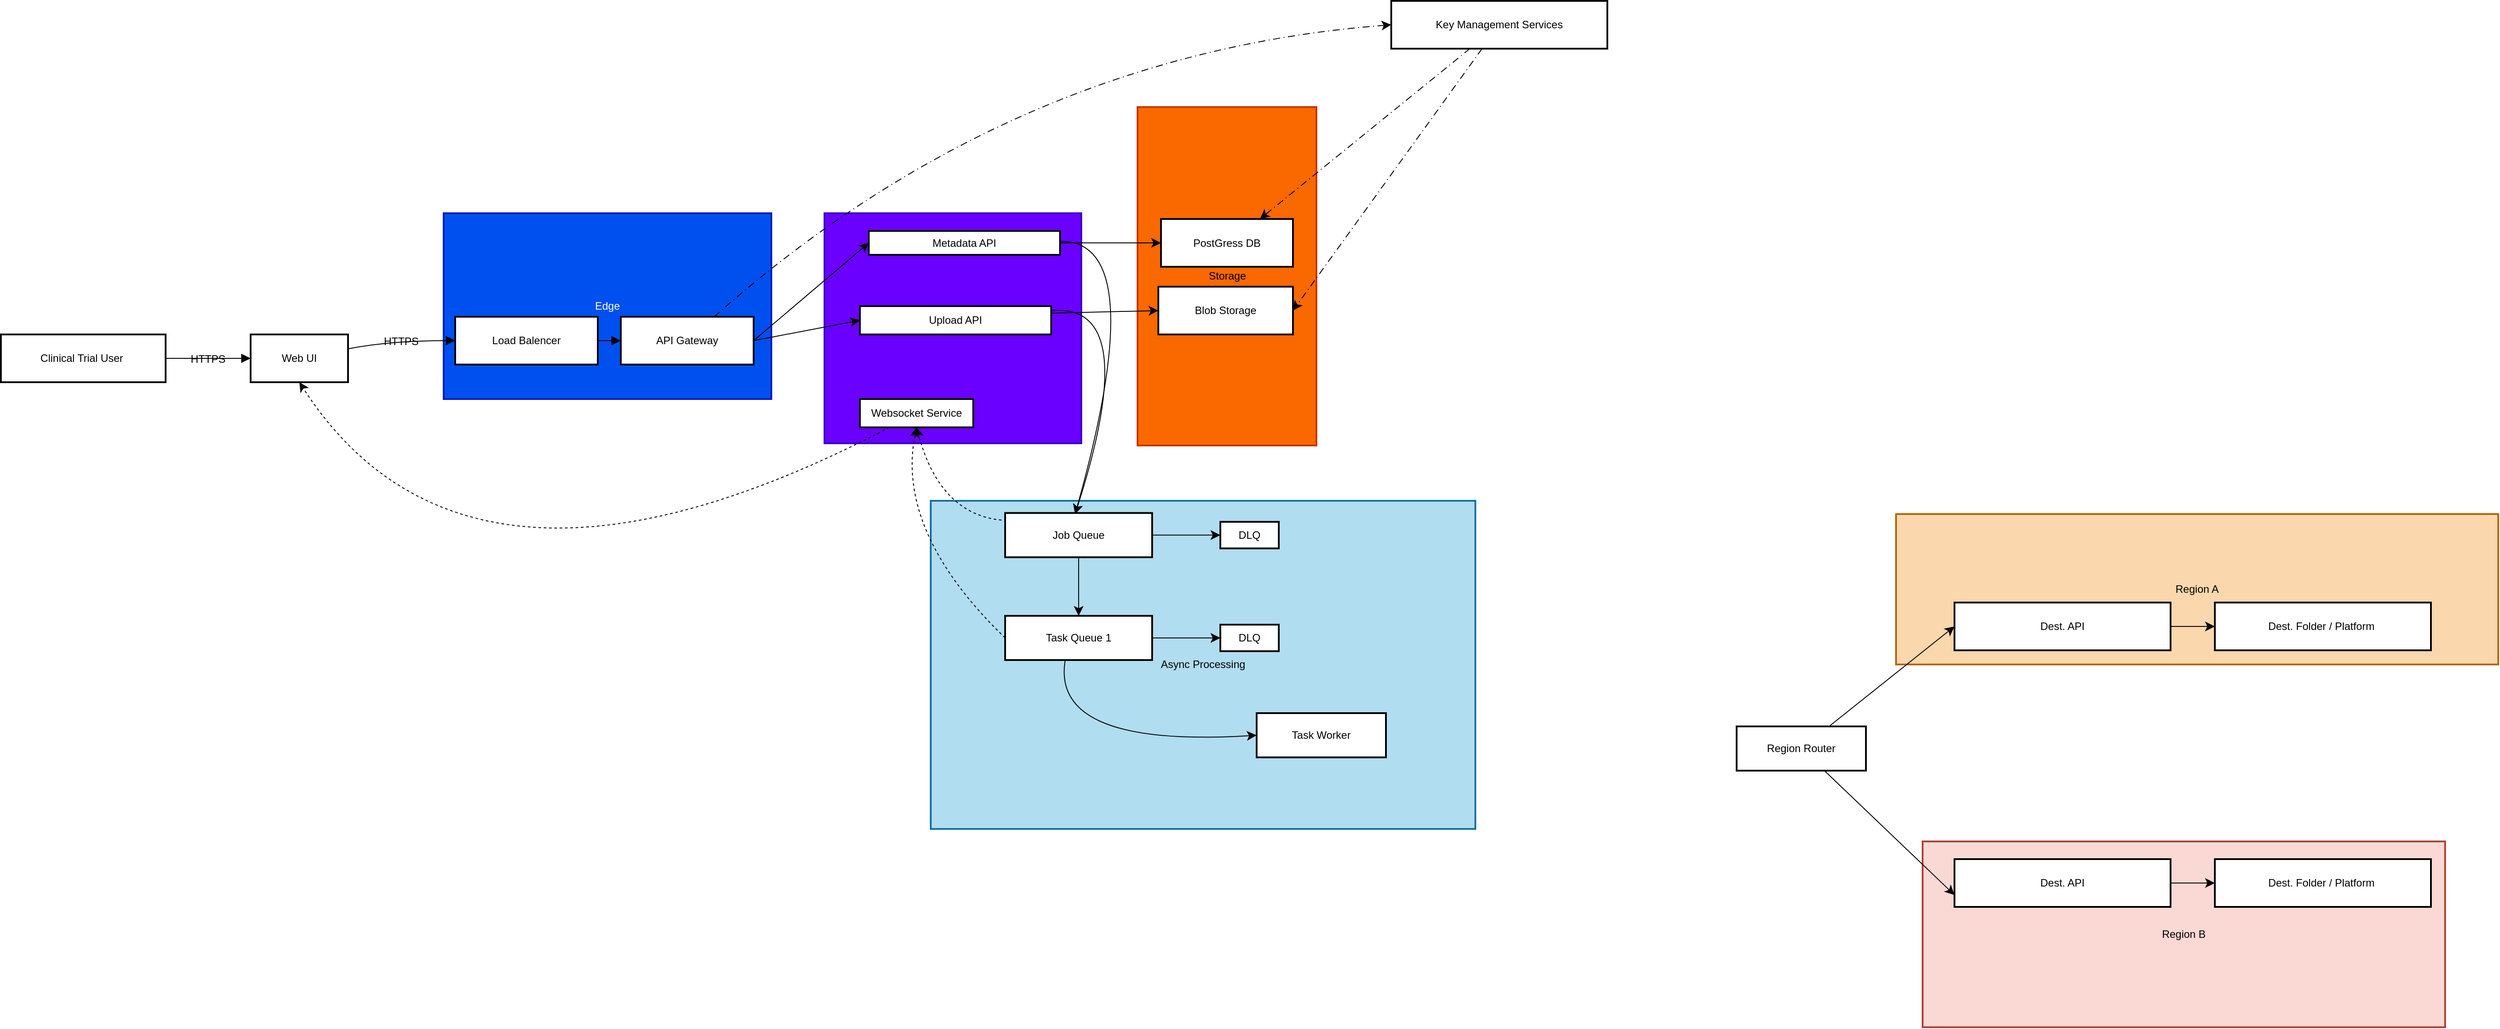
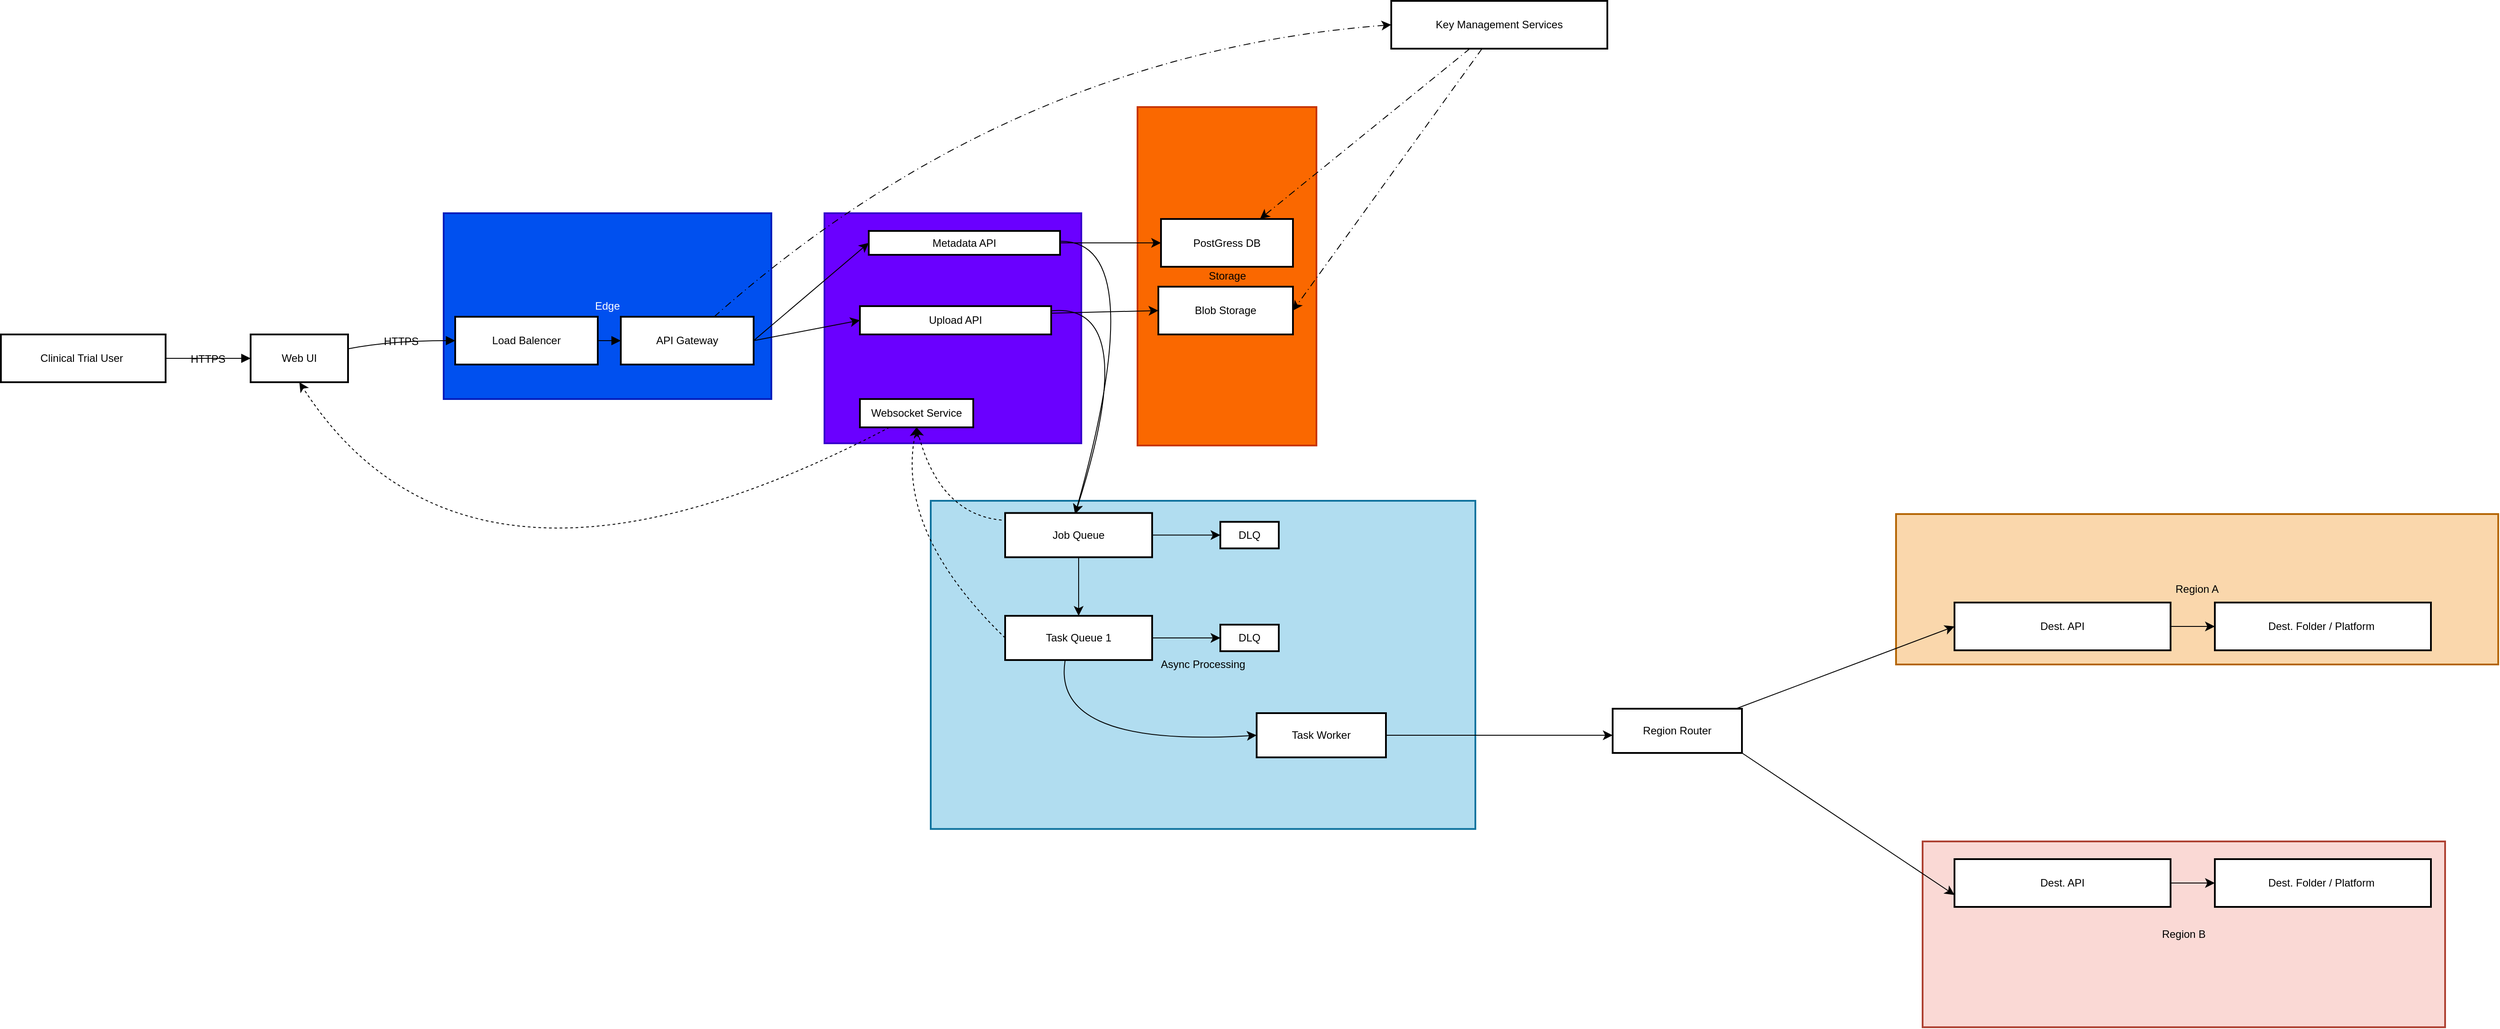
<mxfile host="app.diagrams.net">
  <diagram name="Overall-Diagram" id="Xauzskn0iYLa3f8TggF1">
    <mxGraphModel dx="1900" dy="2161" grid="1" gridSize="10" guides="1" tooltips="1" connect="1" arrows="1" fold="1" page="1" pageScale="1" pageWidth="850" pageHeight="1100" background="none" math="0" shadow="0">
      <root>
        <mxCell id="0" />
        <mxCell id="1" parent="0" />
        <mxCell id="tPvMw2njpGqdJi2HAjV1-28" parent="1" style="whiteSpace=wrap;strokeWidth=2;rounded=0;labelBackgroundColor=none;fillColor=#fad9d5;strokeColor=#ae4132;" value="Region B" vertex="1">
          <mxGeometry height="210" width="590" x="2270" y="750" as="geometry" />
        </mxCell>
        <mxCell id="tPvMw2njpGqdJi2HAjV1-27" parent="1" style="whiteSpace=wrap;strokeWidth=2;rounded=0;labelBackgroundColor=none;fillColor=#fad7ac;strokeColor=#b46504;" value="Region A" vertex="1">
          <mxGeometry height="170" width="680" x="2240" y="380" as="geometry" />
        </mxCell>
        <mxCell id="LGeiLnGPZ_kJypGg9XhN-2" parent="1" style="whiteSpace=wrap;strokeWidth=2;rounded=0;labelBackgroundColor=none;fillColor=#b1ddf0;strokeColor=#10739e;aspect=fixed;" value="Async Processing" vertex="1">
          <mxGeometry height="370.92" width="614.97" x="1150" y="365" as="geometry" />
        </mxCell>
        <mxCell id="LGeiLnGPZ_kJypGg9XhN-4" parent="1" style="whiteSpace=wrap;strokeWidth=2;rounded=0;labelBackgroundColor=none;fillColor=#6a00ff;fontColor=#ffffff;strokeColor=#3700CC;" value="API Services" vertex="1">
          <mxGeometry height="260" width="290" x="1030" y="40" as="geometry" />
        </mxCell>
        <mxCell id="LGeiLnGPZ_kJypGg9XhN-3" parent="1" style="whiteSpace=wrap;strokeWidth=2;rounded=0;labelBackgroundColor=none;fillColor=#fa6800;fontColor=#000000;strokeColor=#C73500;" value="Storage" vertex="1">
          <mxGeometry height="382.5" width="202" x="1383.5" y="-80" as="geometry" />
        </mxCell>
        <mxCell id="LGeiLnGPZ_kJypGg9XhN-5" parent="1" style="whiteSpace=wrap;strokeWidth=2;rounded=0;labelBackgroundColor=none;fillColor=#0050ef;fontColor=#ffffff;strokeColor=#001DBC;" value="Edge" vertex="1">
          <mxGeometry height="210" width="370" x="600" y="40" as="geometry" />
        </mxCell>
        <mxCell id="LGeiLnGPZ_kJypGg9XhN-6" parent="1" style="whiteSpace=wrap;strokeWidth=2;rounded=0;labelBackgroundColor=none;" value="Clinical Trial User " vertex="1">
          <mxGeometry height="54" width="186" x="100" y="177" as="geometry" />
        </mxCell>
        <mxCell id="LGeiLnGPZ_kJypGg9XhN-7" parent="1" style="whiteSpace=wrap;strokeWidth=2;rounded=0;labelBackgroundColor=none;" value="Web UI" vertex="1">
          <mxGeometry height="54" width="110" x="382" y="177" as="geometry" />
        </mxCell>
        <mxCell id="LGeiLnGPZ_kJypGg9XhN-8" parent="1" style="whiteSpace=wrap;strokeWidth=2;rounded=0;labelBackgroundColor=none;" value="Load Balencer" vertex="1">
          <mxGeometry height="54" width="161" x="613" y="157" as="geometry" />
        </mxCell>
        <mxCell id="ijDLy2rUQYNMrnhEq9o_-15" edge="1" parent="1" source="LGeiLnGPZ_kJypGg9XhN-9" style="edgeStyle=none;curved=1;rounded=0;orthogonalLoop=1;jettySize=auto;html=1;fontSize=12;startSize=8;endSize=8;entryX=0;entryY=0.5;entryDx=0;entryDy=0;labelBackgroundColor=none;fontColor=default;exitX=1;exitY=0.5;exitDx=0;exitDy=0;" target="LGeiLnGPZ_kJypGg9XhN-10">
          <mxGeometry relative="1" as="geometry">
            <mxPoint x="1059.9999999999998" y="229.99999999999977" as="targetPoint" />
          </mxGeometry>
        </mxCell>
        <mxCell id="ijDLy2rUQYNMrnhEq9o_-17" edge="1" parent="1" source="LGeiLnGPZ_kJypGg9XhN-9" style="edgeStyle=none;curved=1;rounded=0;orthogonalLoop=1;jettySize=auto;html=1;entryX=0;entryY=0.5;entryDx=0;entryDy=0;fontSize=12;startSize=8;endSize=8;exitX=1;exitY=0.5;exitDx=0;exitDy=0;" target="LGeiLnGPZ_kJypGg9XhN-11">
          <mxGeometry relative="1" as="geometry">
            <mxPoint x="960" y="190" as="sourcePoint" />
          </mxGeometry>
        </mxCell>
        <mxCell id="tPvMw2njpGqdJi2HAjV1-17" edge="1" parent="1" source="LGeiLnGPZ_kJypGg9XhN-9" style="edgeStyle=none;curved=1;rounded=0;orthogonalLoop=1;jettySize=auto;html=1;entryX=0;entryY=0.5;entryDx=0;entryDy=0;fontSize=12;startSize=8;endSize=8;dashed=1;dashPattern=8 4 1 4;" target="LGeiLnGPZ_kJypGg9XhN-20">
          <mxGeometry relative="1" as="geometry">
            <Array as="points">
              <mxPoint x="1240" y="-140" />
            </Array>
          </mxGeometry>
        </mxCell>
        <mxCell id="LGeiLnGPZ_kJypGg9XhN-9" parent="1" style="whiteSpace=wrap;strokeWidth=2;rounded=0;labelBackgroundColor=none;" value="API Gateway" vertex="1">
          <mxGeometry height="54" width="150" x="800" y="157" as="geometry" />
        </mxCell>
        <mxCell id="ijDLy2rUQYNMrnhEq9o_-19" edge="1" parent="1" source="LGeiLnGPZ_kJypGg9XhN-10" style="edgeStyle=none;curved=1;rounded=0;orthogonalLoop=1;jettySize=auto;html=1;entryX=0;entryY=0.5;entryDx=0;entryDy=0;fontSize=12;startSize=8;endSize=8;exitX=1;exitY=0.5;exitDx=0;exitDy=0;" target="LGeiLnGPZ_kJypGg9XhN-12">
          <mxGeometry relative="1" as="geometry" />
        </mxCell>
        <mxCell id="ZxT0anLmeUN1lRlBXtKW-1" edge="1" parent="1" source="LGeiLnGPZ_kJypGg9XhN-10" style="edgeStyle=none;curved=1;rounded=0;orthogonalLoop=1;jettySize=auto;html=1;entryX=0.5;entryY=0;entryDx=0;entryDy=0;fontSize=12;startSize=8;endSize=8;">
          <mxGeometry relative="1" as="geometry">
            <Array as="points">
              <mxPoint x="1400" y="70" />
            </Array>
            <mxPoint x="1313" y="380" as="targetPoint" />
          </mxGeometry>
        </mxCell>
        <mxCell id="LGeiLnGPZ_kJypGg9XhN-10" parent="1" style="whiteSpace=wrap;strokeWidth=2;rounded=0;labelBackgroundColor=none;" value="Metadata API" vertex="1">
          <mxGeometry height="27" width="216" x="1080" y="60" as="geometry" />
        </mxCell>
        <mxCell id="ijDLy2rUQYNMrnhEq9o_-12" edge="1" parent="1" source="LGeiLnGPZ_kJypGg9XhN-11" style="edgeStyle=none;curved=1;rounded=0;orthogonalLoop=1;jettySize=auto;html=1;entryX=0;entryY=0.5;entryDx=0;entryDy=0;fontSize=12;startSize=8;endSize=8;exitX=1;exitY=0.25;exitDx=0;exitDy=0;labelBackgroundColor=none;fontColor=default;" target="LGeiLnGPZ_kJypGg9XhN-13">
          <mxGeometry relative="1" as="geometry" />
        </mxCell>
        <mxCell id="ZxT0anLmeUN1lRlBXtKW-2" edge="1" parent="1" source="LGeiLnGPZ_kJypGg9XhN-11" style="edgeStyle=none;curved=1;rounded=0;orthogonalLoop=1;jettySize=auto;html=1;entryX=0.5;entryY=0;entryDx=0;entryDy=0;fontSize=12;startSize=8;endSize=8;">
          <mxGeometry relative="1" as="geometry">
            <Array as="points">
              <mxPoint x="1390" y="140" />
            </Array>
            <mxPoint x="1313" y="380" as="targetPoint" />
          </mxGeometry>
        </mxCell>
        <mxCell id="LGeiLnGPZ_kJypGg9XhN-11" parent="1" style="whiteSpace=wrap;strokeWidth=2;rounded=0;labelBackgroundColor=none;" value="Upload API" vertex="1">
          <mxGeometry height="32" width="216" x="1070" y="145" as="geometry" />
        </mxCell>
        <mxCell id="tPvMw2njpGqdJi2HAjV1-2" edge="1" parent="1" style="edgeStyle=none;curved=1;rounded=0;orthogonalLoop=1;jettySize=auto;html=1;fontSize=12;startSize=8;endSize=8;entryX=0.5;entryY=1;entryDx=0;entryDy=0;dashed=1;" target="LGeiLnGPZ_kJypGg9XhN-18">
          <mxGeometry relative="1" as="geometry">
            <Array as="points">
              <mxPoint x="1160" y="380" />
            </Array>
            <mxPoint x="1230" y="386.8627450980389" as="sourcePoint" />
            <mxPoint x="1150" y="490" as="targetPoint" />
          </mxGeometry>
        </mxCell>
        <mxCell id="tPvMw2njpGqdJi2HAjV1-30" edge="1" parent="1" source="ZxT0anLmeUN1lRlBXtKW-4" style="edgeStyle=none;curved=1;rounded=0;orthogonalLoop=1;jettySize=auto;html=1;entryX=0.5;entryY=1;entryDx=0;entryDy=0;fontSize=12;startSize=8;endSize=8;dashed=1;exitX=0;exitY=0.5;exitDx=0;exitDy=0;" target="LGeiLnGPZ_kJypGg9XhN-18">
          <mxGeometry relative="1" as="geometry">
            <Array as="points">
              <mxPoint x="1110" y="400" />
            </Array>
            <mxPoint x="1274.6623376623374" y="462" as="sourcePoint" />
          </mxGeometry>
        </mxCell>
        <mxCell id="tPvMw2njpGqdJi2HAjV1-18" edge="1" parent="1" source="LGeiLnGPZ_kJypGg9XhN-20" style="edgeStyle=none;curved=1;rounded=0;orthogonalLoop=1;jettySize=auto;html=1;entryX=0.75;entryY=0;entryDx=0;entryDy=0;fontSize=12;startSize=8;endSize=8;dashed=1;dashPattern=8 4 1 4;" target="LGeiLnGPZ_kJypGg9XhN-12">
          <mxGeometry relative="1" as="geometry" />
        </mxCell>
        <mxCell id="tPvMw2njpGqdJi2HAjV1-19" edge="1" parent="1" source="LGeiLnGPZ_kJypGg9XhN-20" style="edgeStyle=none;curved=1;rounded=0;orthogonalLoop=1;jettySize=auto;html=1;entryX=1;entryY=0.5;entryDx=0;entryDy=0;fontSize=12;startSize=8;endSize=8;dashed=1;dashPattern=8 4 1 4;" target="LGeiLnGPZ_kJypGg9XhN-13">
          <mxGeometry relative="1" as="geometry" />
        </mxCell>
        <mxCell id="LGeiLnGPZ_kJypGg9XhN-20" parent="1" style="whiteSpace=wrap;strokeWidth=2;rounded=0;labelBackgroundColor=none;" value="Key Management Services" vertex="1">
          <mxGeometry height="54" width="244" x="1670" y="-200" as="geometry" />
        </mxCell>
        <mxCell id="LGeiLnGPZ_kJypGg9XhN-23" edge="1" parent="1" source="LGeiLnGPZ_kJypGg9XhN-6" style="curved=1;startArrow=none;endArrow=block;exitX=1;exitY=0.5;entryX=0;entryY=0.5;rounded=0;fontSize=12;startSize=8;endSize=8;labelBackgroundColor=none;fontColor=default;" target="LGeiLnGPZ_kJypGg9XhN-7" value="HTTPS">
          <mxGeometry relative="1" as="geometry">
            <Array as="points" />
          </mxGeometry>
        </mxCell>
        <mxCell id="LGeiLnGPZ_kJypGg9XhN-24" edge="1" parent="1" source="LGeiLnGPZ_kJypGg9XhN-7" style="curved=1;startArrow=none;endArrow=block;exitX=1;exitY=0.3;entryX=0;entryY=0.5;rounded=0;fontSize=12;startSize=8;endSize=8;labelBackgroundColor=none;fontColor=default;" target="LGeiLnGPZ_kJypGg9XhN-8" value="HTTPS">
          <mxGeometry relative="1" as="geometry">
            <Array as="points">
              <mxPoint x="540" y="184" />
            </Array>
          </mxGeometry>
        </mxCell>
        <mxCell id="LGeiLnGPZ_kJypGg9XhN-35" edge="1" parent="1" source="LGeiLnGPZ_kJypGg9XhN-8" style="curved=1;startArrow=none;endArrow=block;exitX=1;exitY=0.5;entryX=0;entryY=0.5;rounded=0;fontSize=12;startSize=8;endSize=8;labelBackgroundColor=none;fontColor=default;" target="LGeiLnGPZ_kJypGg9XhN-9" value="">
          <mxGeometry relative="1" as="geometry">
            <Array as="points" />
          </mxGeometry>
        </mxCell>
        <mxCell id="tPvMw2njpGqdJi2HAjV1-29" edge="1" parent="1" source="LGeiLnGPZ_kJypGg9XhN-18" style="edgeStyle=none;curved=1;rounded=0;orthogonalLoop=1;jettySize=auto;html=1;entryX=0.5;entryY=1;entryDx=0;entryDy=0;fontSize=12;startSize=8;endSize=8;dashed=1;" target="LGeiLnGPZ_kJypGg9XhN-7">
          <mxGeometry relative="1" as="geometry">
            <Array as="points">
              <mxPoint x="630" y="530" />
            </Array>
          </mxGeometry>
        </mxCell>
        <mxCell id="LGeiLnGPZ_kJypGg9XhN-18" parent="1" style="whiteSpace=wrap;strokeWidth=2;rounded=0;labelBackgroundColor=none;" value="Websocket Service" vertex="1">
          <mxGeometry height="32" width="128" x="1070" y="250" as="geometry" />
        </mxCell>
        <mxCell id="LGeiLnGPZ_kJypGg9XhN-13" parent="1" style="whiteSpace=wrap;strokeWidth=2;rounded=0;labelBackgroundColor=none;" value="Blob Storage" vertex="1">
          <mxGeometry height="54" width="152" x="1407" y="123" as="geometry" />
        </mxCell>
        <mxCell id="LGeiLnGPZ_kJypGg9XhN-12" parent="1" style="whiteSpace=wrap;strokeWidth=2;rounded=0;labelBackgroundColor=none;" value="PostGress DB" vertex="1">
          <mxGeometry height="54" width="149" x="1410" y="46.5" as="geometry" />
        </mxCell>
        <mxCell id="tPvMw2njpGqdJi2HAjV1-12" edge="1" parent="1" source="tPvMw2njpGqdJi2HAjV1-6" style="edgeStyle=none;curved=1;rounded=0;orthogonalLoop=1;jettySize=auto;html=1;entryX=0;entryY=0.5;entryDx=0;entryDy=0;fontSize=12;startSize=8;endSize=8;" target="tPvMw2njpGqdJi2HAjV1-8">
          <mxGeometry relative="1" as="geometry" />
        </mxCell>
-         <mxCell id="tPvMw2njpGqdJi2HAjV1-13" edge="1" parent="1" source="tPvMw2njpGqdJi2HAjV1-6" style="edgeStyle=none;curved=1;rounded=0;orthogonalLoop=1;jettySize=auto;html=1;entryX=0;entryY=0.75;entryDx=0;entryDy=0;fontSize=12;startSize=8;endSize=8;" target="tPvMw2njpGqdJi2HAjV1-10">
-           <mxGeometry relative="1" as="geometry" />
+         <mxCell id="tPvMw2njpGqdJi2HAjV1-13" edge="1" parent="1" source="tPvMw2njpGqdJi2HAjV1-6" style="edgeStyle=none;curved=1;rounded=0;orthogonalLoop=1;jettySize=auto;html=1;entryX=0;entryY=0.75;entryDx=0;entryDy=0;fontSize=12;startSize=8;endSize=8;exitX=1;exitY=1;exitDx=0;exitDy=0;" target="tPvMw2njpGqdJi2HAjV1-10">
+           <mxGeometry relative="1" as="geometry">
+             <mxPoint x="2070" y="660" as="sourcePoint" />
+           </mxGeometry>
        </mxCell>
        <mxCell id="tPvMw2njpGqdJi2HAjV1-6" parent="1" style="whiteSpace=wrap;strokeWidth=2;rounded=0;labelBackgroundColor=none;" value="Region Router" vertex="1">
-           <mxGeometry height="50" width="146" x="2060" y="620" as="geometry" />
+           <mxGeometry height="50" width="146" x="1920" y="600" as="geometry" />
        </mxCell>
        <mxCell id="tPvMw2njpGqdJi2HAjV1-7" parent="1" style="whiteSpace=wrap;strokeWidth=2;rounded=0;labelBackgroundColor=none;" value="Dest. Folder / Platform " vertex="1">
          <mxGeometry height="54" width="244" x="2600" y="480" as="geometry" />
        </mxCell>
        <mxCell id="tPvMw2njpGqdJi2HAjV1-15" edge="1" parent="1" source="tPvMw2njpGqdJi2HAjV1-8" style="edgeStyle=none;curved=1;rounded=0;orthogonalLoop=1;jettySize=auto;html=1;fontSize=12;startSize=8;endSize=8;" target="tPvMw2njpGqdJi2HAjV1-7" value="">
          <mxGeometry relative="1" as="geometry" />
        </mxCell>
        <mxCell id="tPvMw2njpGqdJi2HAjV1-8" parent="1" style="whiteSpace=wrap;strokeWidth=2;rounded=0;labelBackgroundColor=none;" value="Dest. API" vertex="1">
          <mxGeometry height="54" width="244" x="2306" y="480" as="geometry" />
        </mxCell>
        <mxCell id="tPvMw2njpGqdJi2HAjV1-9" parent="1" style="whiteSpace=wrap;strokeWidth=2;rounded=0;labelBackgroundColor=none;" value="Dest. Folder / Platform " vertex="1">
          <mxGeometry height="54" width="244" x="2600" y="770" as="geometry" />
        </mxCell>
        <mxCell id="tPvMw2njpGqdJi2HAjV1-16" edge="1" parent="1" source="tPvMw2njpGqdJi2HAjV1-10" style="edgeStyle=none;curved=1;rounded=0;orthogonalLoop=1;jettySize=auto;html=1;fontSize=12;startSize=8;endSize=8;" target="tPvMw2njpGqdJi2HAjV1-9" value="">
          <mxGeometry relative="1" as="geometry" />
        </mxCell>
        <mxCell id="tPvMw2njpGqdJi2HAjV1-10" parent="1" style="whiteSpace=wrap;strokeWidth=2;rounded=0;labelBackgroundColor=none;" value="Dest. API" vertex="1">
          <mxGeometry height="54" width="244" x="2306" y="770" as="geometry" />
        </mxCell>
        <mxCell id="ZxT0anLmeUN1lRlBXtKW-5" edge="1" parent="1" source="ZxT0anLmeUN1lRlBXtKW-3" style="edgeStyle=none;curved=1;rounded=0;orthogonalLoop=1;jettySize=auto;html=1;fontSize=12;startSize=8;endSize=8;" target="ZxT0anLmeUN1lRlBXtKW-4" value="">
          <mxGeometry relative="1" as="geometry" />
        </mxCell>
        <mxCell id="ZxT0anLmeUN1lRlBXtKW-52" edge="1" parent="1" source="ZxT0anLmeUN1lRlBXtKW-3" style="edgeStyle=none;curved=1;rounded=0;orthogonalLoop=1;jettySize=auto;html=1;fontSize=12;startSize=8;endSize=8;" target="ZxT0anLmeUN1lRlBXtKW-9" value="">
          <mxGeometry relative="1" as="geometry" />
        </mxCell>
        <mxCell id="ZxT0anLmeUN1lRlBXtKW-3" parent="1" style="whiteSpace=wrap;strokeWidth=2;rounded=0;labelBackgroundColor=none;" value="Job Queue" vertex="1">
          <mxGeometry height="50" width="166" x="1234" y="378.79999999999995" as="geometry" />
        </mxCell>
        <mxCell id="ZxT0anLmeUN1lRlBXtKW-21" edge="1" parent="1" source="ZxT0anLmeUN1lRlBXtKW-4" style="edgeStyle=none;curved=1;rounded=0;orthogonalLoop=1;jettySize=auto;html=1;fontSize=12;startSize=8;endSize=8;" target="ZxT0anLmeUN1lRlBXtKW-11" value="">
          <mxGeometry relative="1" as="geometry" />
        </mxCell>
        <mxCell id="ZxT0anLmeUN1lRlBXtKW-54" edge="1" parent="1" source="ZxT0anLmeUN1lRlBXtKW-4" style="edgeStyle=none;curved=1;rounded=0;orthogonalLoop=1;jettySize=auto;html=1;entryX=0;entryY=0.5;entryDx=0;entryDy=0;fontSize=12;startSize=8;endSize=8;exitX=0.422;exitY=0.8;exitDx=0;exitDy=0;exitPerimeter=0;" target="ZxT0anLmeUN1lRlBXtKW-53">
          <mxGeometry relative="1" as="geometry">
            <Array as="points">
              <mxPoint x="1274" y="645" />
            </Array>
          </mxGeometry>
        </mxCell>
        <mxCell id="ZxT0anLmeUN1lRlBXtKW-4" parent="1" style="whiteSpace=wrap;strokeWidth=2;rounded=0;labelBackgroundColor=none;" value="Task Queue 1" vertex="1">
          <mxGeometry height="50" width="166" x="1234" y="495" as="geometry" />
        </mxCell>
        <mxCell id="ZxT0anLmeUN1lRlBXtKW-9" parent="1" style="whiteSpace=wrap;strokeWidth=2;rounded=0;labelBackgroundColor=none;" value="DLQ" vertex="1">
          <mxGeometry height="30" width="66" x="1477" y="388.79999999999995" as="geometry" />
        </mxCell>
        <mxCell id="ZxT0anLmeUN1lRlBXtKW-11" parent="1" style="whiteSpace=wrap;strokeWidth=2;rounded=0;labelBackgroundColor=none;" value="DLQ" vertex="1">
          <mxGeometry height="30" width="66" x="1477" y="505" as="geometry" />
+         </mxCell>
+         <mxCell id="ZxT0anLmeUN1lRlBXtKW-55" edge="1" parent="1" source="ZxT0anLmeUN1lRlBXtKW-53" style="edgeStyle=none;curved=1;rounded=0;orthogonalLoop=1;jettySize=auto;html=1;fontSize=12;startSize=8;endSize=8;">
+           <mxGeometry relative="1" as="geometry">
+             <mxPoint x="1920.0000000000005" y="630" as="targetPoint" />
+           </mxGeometry>
        </mxCell>
        <mxCell id="ZxT0anLmeUN1lRlBXtKW-53" parent="1" style="whiteSpace=wrap;strokeWidth=2;rounded=0;labelBackgroundColor=none;" value="Task Worker" vertex="1">
          <mxGeometry height="50" width="146" x="1518" y="605" as="geometry" />
        </mxCell>
      </root>
    </mxGraphModel>
  </diagram>
</mxfile>
